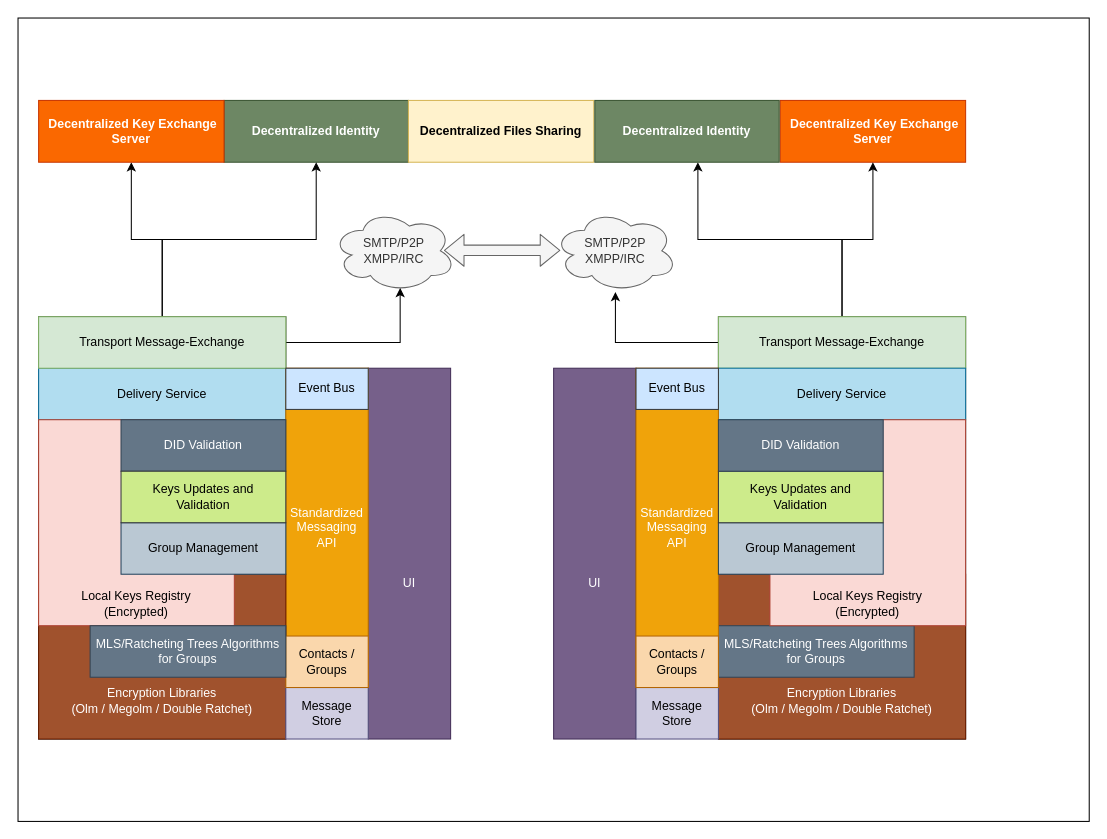
Before: page "layers" (4 of 4) of Messaging end-to-end.drawio in bhatti/Aeron, a draw.io diagram. Source tidied: cells renumbered, new cells numbered last; positions are measured from the earlier drawing's top-left corner, leaving out a move shared by most shapes. Both pictures are drawn from the tidied source at 103%, with x=0, y=0 at pixel (18, 18).
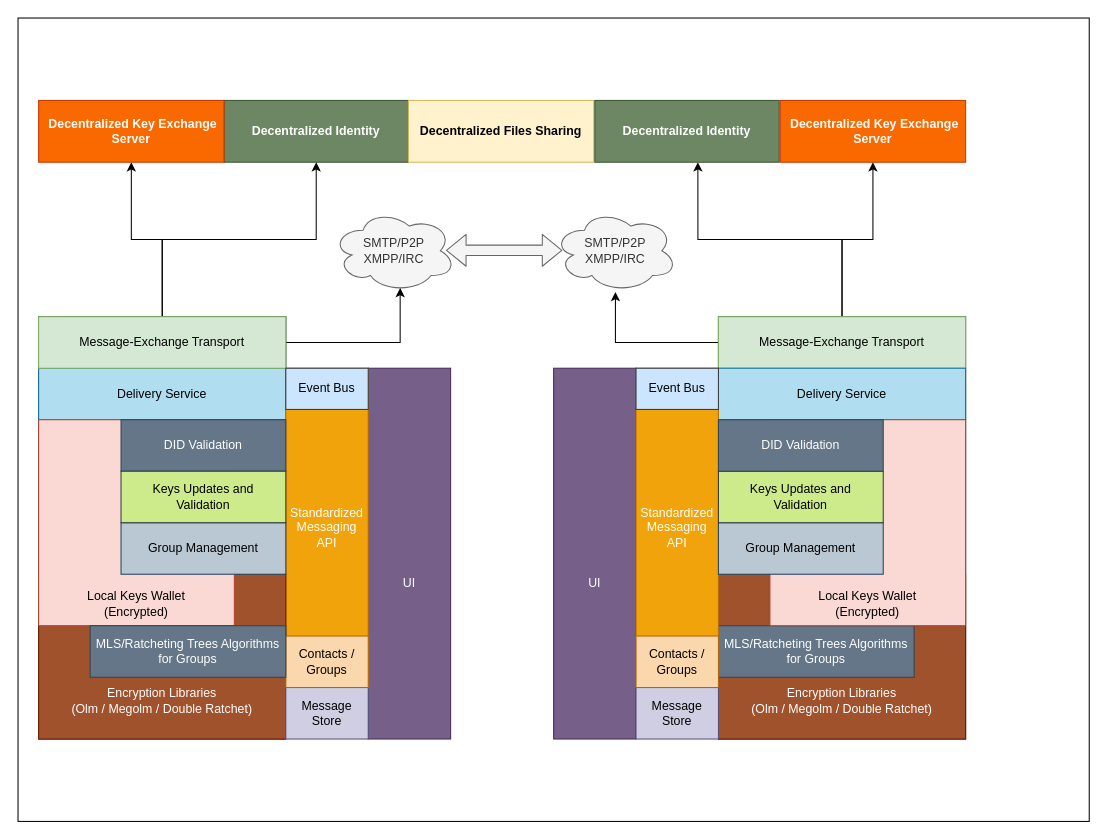
Above is the later version.

Diff of the diagram source:
```diff
@@
-    <mxCell id="16" value="Transport Message-Exchange" style="rounded=0;whiteSpace=wrap;html=1;fillColor=#d5e8d4;strokeColor=#82b366;" parent="1" vertex="1">
+    <mxCell id="16" value="Message-Exchange Transport" style="rounded=0;whiteSpace=wrap;html=1;fillColor=#d5e8d4;strokeColor=#82b366;" parent="1" vertex="1">
       <mxGeometry x="680" y="290" width="240" height="50" as="geometry" />
     </mxCell>
@@
-    <mxCell id="21" value="Transport Message-Exchange" style="rounded=0;whiteSpace=wrap;html=1;fillColor=#d5e8d4;strokeColor=#82b366;" parent="1" vertex="1">
+    <mxCell id="21" value="Message-Exchange Transport" style="rounded=0;whiteSpace=wrap;html=1;fillColor=#d5e8d4;strokeColor=#82b366;" parent="1" vertex="1">
       <mxGeometry x="20" y="290" width="240" height="50" as="geometry" />
     </mxCell>
@@
-    <mxCell id="28" value="&lt;div&gt;&lt;br&gt;&lt;/div&gt;&lt;div&gt;&lt;br&gt;&lt;/div&gt;&lt;div&gt;&lt;br&gt;&lt;/div&gt;&lt;div&gt;&lt;br&gt;&lt;/div&gt;&lt;div&gt;&lt;br&gt;&lt;/div&gt;&lt;div&gt;&lt;br&gt;&lt;/div&gt;&lt;div&gt;&lt;br&gt;&lt;/div&gt;&lt;div&gt;&lt;br&gt;&lt;/div&gt;&lt;div&gt;&lt;br&gt;&lt;/div&gt;&lt;div&gt;&lt;br&gt;&lt;/div&gt;&lt;div&gt;&lt;br&gt;&lt;/div&gt;&lt;div&gt;Local Keys Registry&lt;br&gt;(Encrypted)&lt;br&gt;&lt;/div&gt;" style="rounded=0;whiteSpace=wrap;html=1;fillColor=#fad9d5;strokeColor=#ae4132;" parent="1" vertex="1">
+    <mxCell id="28" value="&lt;div&gt;&lt;br&gt;&lt;/div&gt;&lt;div&gt;&lt;br&gt;&lt;/div&gt;&lt;div&gt;&lt;br&gt;&lt;/div&gt;&lt;div&gt;&lt;br&gt;&lt;/div&gt;&lt;div&gt;&lt;br&gt;&lt;/div&gt;&lt;div&gt;&lt;br&gt;&lt;/div&gt;&lt;div&gt;&lt;br&gt;&lt;/div&gt;&lt;div&gt;&lt;br&gt;&lt;/div&gt;&lt;div&gt;&lt;br&gt;&lt;/div&gt;&lt;div&gt;&lt;br&gt;&lt;/div&gt;&lt;div&gt;&lt;br&gt;&lt;/div&gt;&lt;div&gt;Local Keys Wallet&lt;br&gt;(Encrypted)&lt;br&gt;&lt;/div&gt;" style="rounded=0;whiteSpace=wrap;html=1;fillColor=#fad9d5;strokeColor=#ae4132;" parent="1" vertex="1">
       <mxGeometry x="730" y="390" width="190" height="200" as="geometry" />
     </mxCell>
@@
-    <mxCell id="32" value="&lt;div&gt;&lt;br&gt;&lt;/div&gt;&lt;div&gt;&lt;br&gt;&lt;/div&gt;&lt;div&gt;&lt;br&gt;&lt;/div&gt;&lt;div&gt;&lt;br&gt;&lt;/div&gt;&lt;div&gt;&lt;br&gt;&lt;/div&gt;&lt;div&gt;&lt;br&gt;&lt;/div&gt;&lt;div&gt;&lt;br&gt;&lt;/div&gt;&lt;div&gt;&lt;br&gt;&lt;/div&gt;&lt;div&gt;&lt;br&gt;&lt;/div&gt;&lt;div&gt;&lt;br&gt;&lt;/div&gt;&lt;div&gt;&lt;br&gt;&lt;/div&gt;&lt;div&gt;Local Keys Registry&lt;br&gt;(Encrypted)&lt;br&gt;&lt;/div&gt;" style="rounded=0;whiteSpace=wrap;html=1;fillColor=#fad9d5;strokeColor=#ae4132;" parent="1" vertex="1">
+    <mxCell id="32" value="&lt;div&gt;&lt;br&gt;&lt;/div&gt;&lt;div&gt;&lt;br&gt;&lt;/div&gt;&lt;div&gt;&lt;br&gt;&lt;/div&gt;&lt;div&gt;&lt;br&gt;&lt;/div&gt;&lt;div&gt;&lt;br&gt;&lt;/div&gt;&lt;div&gt;&lt;br&gt;&lt;/div&gt;&lt;div&gt;&lt;br&gt;&lt;/div&gt;&lt;div&gt;&lt;br&gt;&lt;/div&gt;&lt;div&gt;&lt;br&gt;&lt;/div&gt;&lt;div&gt;&lt;br&gt;&lt;/div&gt;&lt;div&gt;&lt;br&gt;&lt;/div&gt;&lt;div&gt;Local Keys Wallet&lt;br&gt;(Encrypted)&lt;br&gt;&lt;/div&gt;" style="rounded=0;whiteSpace=wrap;html=1;fillColor=#fad9d5;strokeColor=#ae4132;" parent="1" vertex="1">
       <mxGeometry x="20" y="390" width="190" height="200" as="geometry" />
     </mxCell>
@@
     <mxCell id="44" style="shape=flexArrow;endArrow=classic;startArrow=classic;html=1;endSize=6;fillColor=#f5f5f5;strokeColor=#666666;" parent="1" edge="1">
       <mxGeometry relative="1" as="geometry">
-        <mxPoint x="413.5" y="225.5" as="sourcePoint" />
-        <mxPoint x="526.5" y="225.5" as="targetPoint" />
+        <mxPoint x="415.5" y="225.5" as="sourcePoint" />
+        <mxPoint x="528.5" y="225.5" as="targetPoint" />
       </mxGeometry>
     </mxCell>
```
